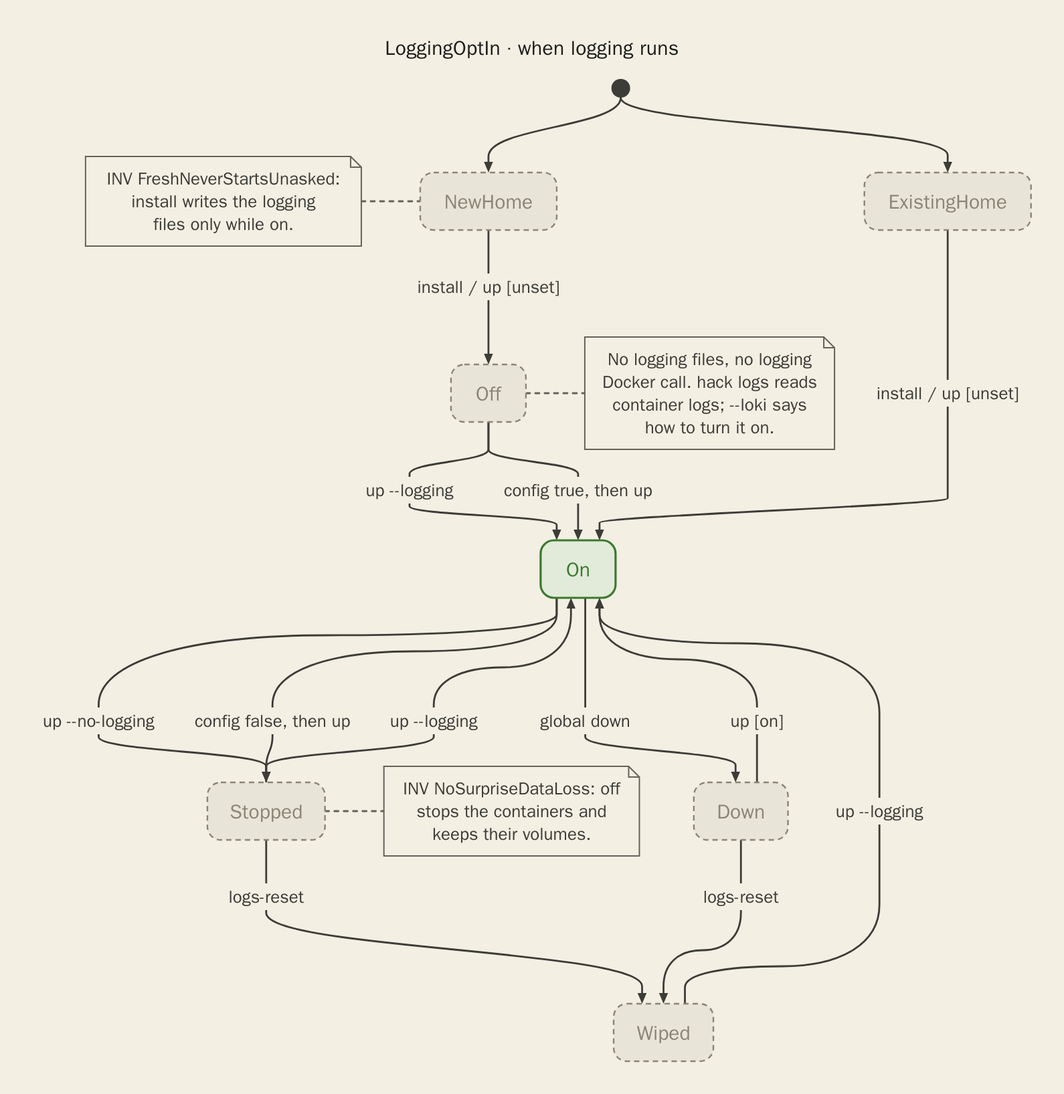
Earlier version of the Mermaid export docs/diagrams/global-logging-optin.png (hack-dance/hack). Its source is kept beside it as docs/diagrams/global-logging-optin.mmd.
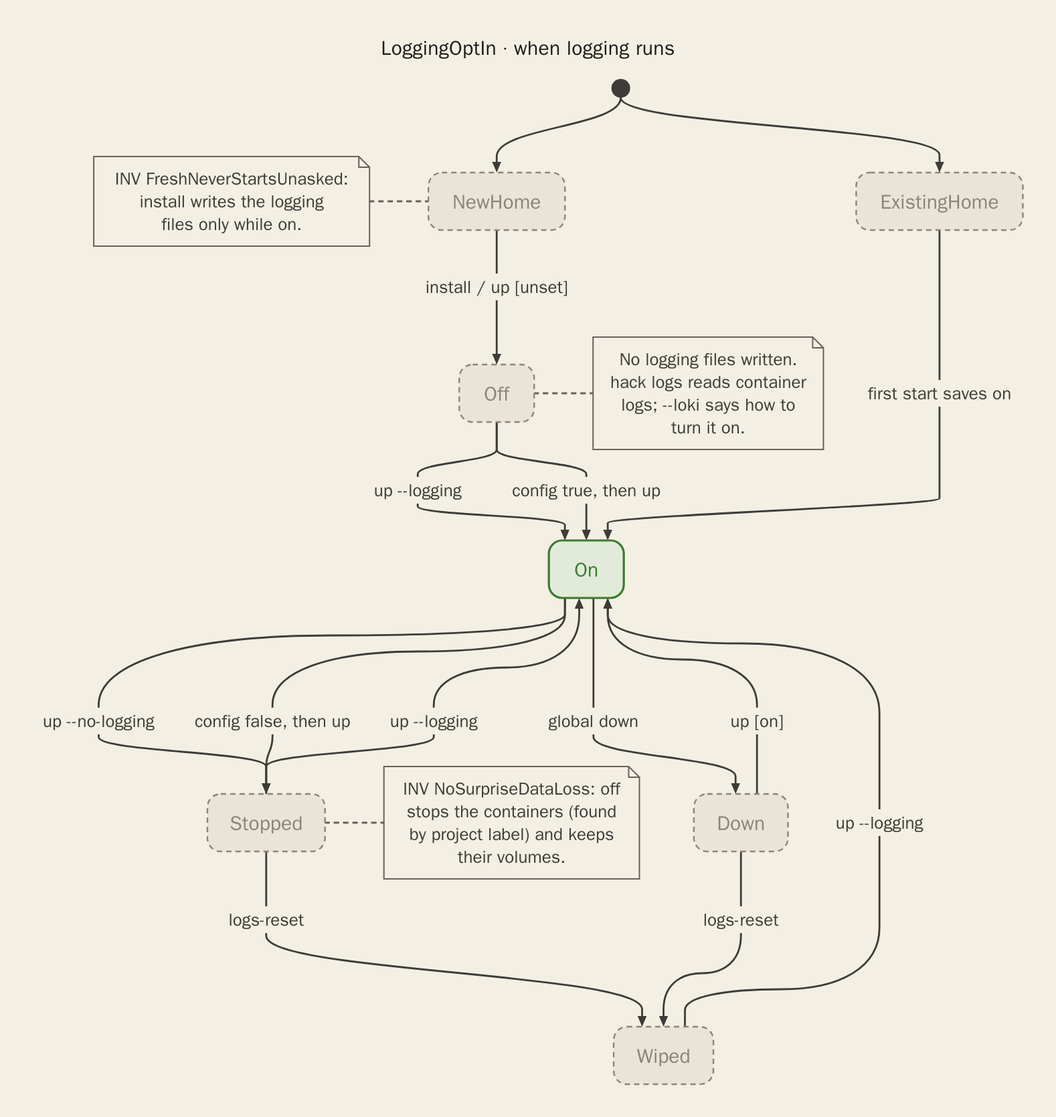
After the change.

What changed in the source:
```diff
@@ -6,7 +6,7 @@
   [*] --> NewHome
   [*] --> ExistingHome
   NewHome --> Off : install / up [unset]
-  ExistingHome --> On : install / up [unset]
+  ExistingHome --> On : first start saves on
   Off --> On : up --logging
   Off --> On : config true, then up
   On --> Stopped : up --no-logging
@@ -18,15 +18,16 @@
   Down --> Wiped : logs-reset
   Wiped --> On : up --logging
   note right of Off
-    No logging files, no logging
-    Docker call. hack logs reads
-    container logs; --loki says
-    how to turn it on.
+    No logging files written.
+    hack logs reads container
+    logs; --loki says how to
+    turn it on.
   end note
   note right of Stopped
     INV NoSurpriseDataLoss: off
-    stops the containers and
-    keeps their volumes.
+    stops the containers (found
+    by project label) and keeps
+    their volumes.
   end note
   note left of NewHome
     INV FreshNeverStartsUnasked:
```
